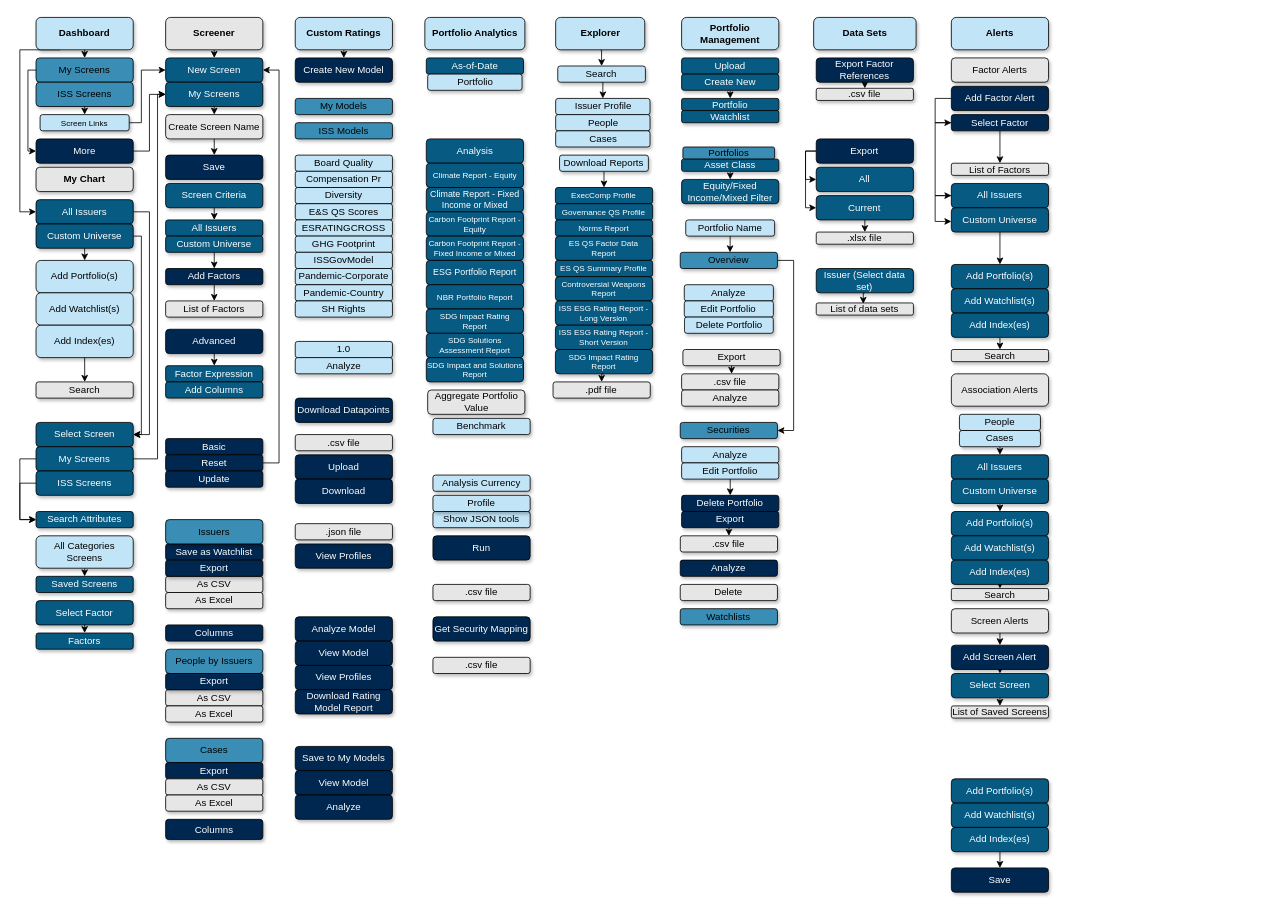
Above: DD_ObsoleteMetadata/DataDeskSitemap.drawio in slingshotdancu/slingshotdancu.github.io (draw.io), before the change. Source tidied: cells renumbered, new cells numbered last; positions are measured from the earlier drawing's top-left corner, leaving out a move shared by most shapes. Both pictures are drawn from the tidied source at 81%, with x=0, y=0 at pixel (19, 17).
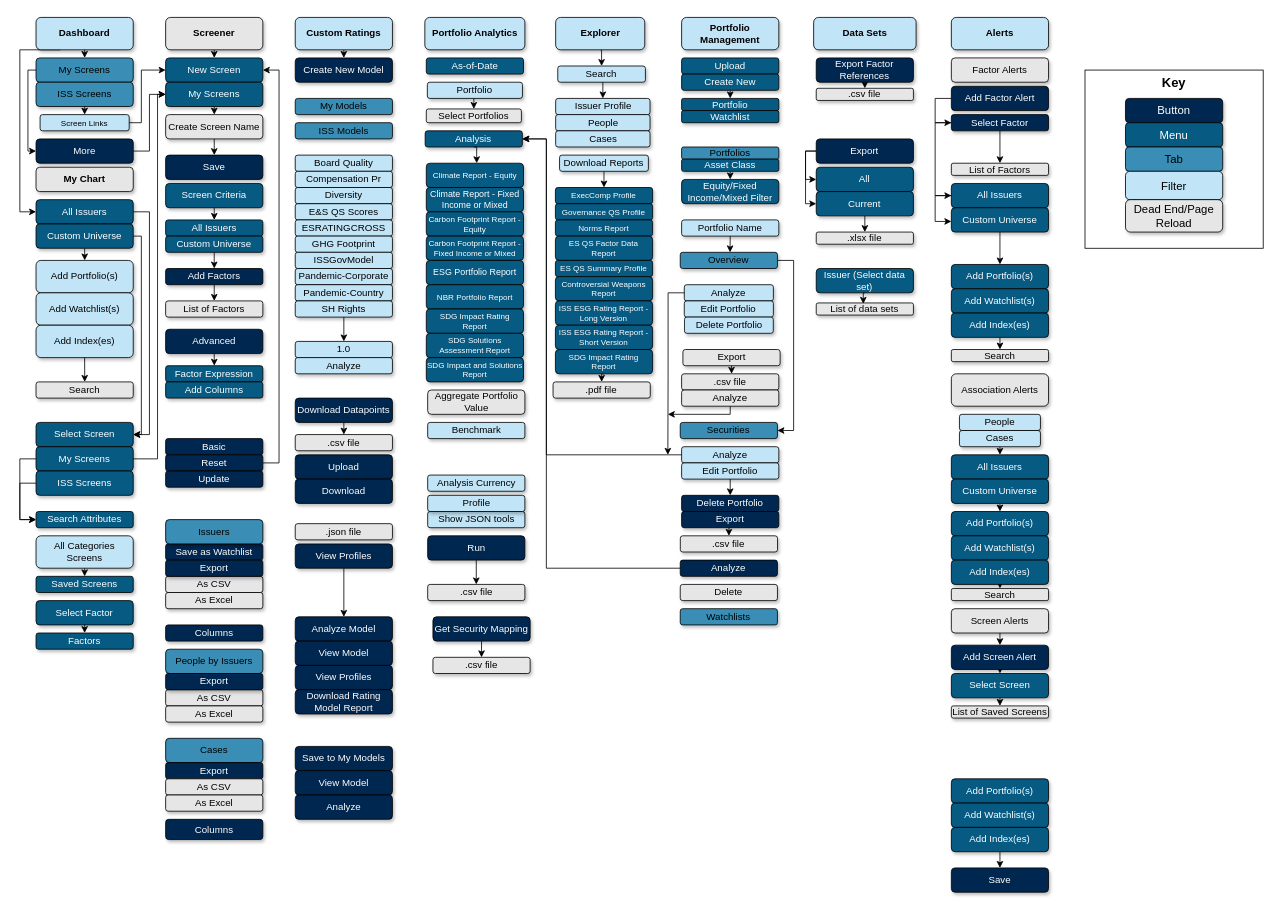
The same page after the edit.

Unchanged cells that the change refers to:
```xml
<mxCell id="3" value="Get Security Mapping" style="rounded=1;whiteSpace=wrap;html=1;shadow=1;fillColor=#00274f;fontColor=#FFFFFF;" parent="1" vertex="1">
  <mxGeometry x="510" y="740" width="120" height="30" as="geometry" />
</mxCell>
<mxCell id="5" value=".csv file" style="rounded=1;whiteSpace=wrap;html=1;shadow=1;fillColor=#E6E6E6;" parent="1" vertex="1">
  <mxGeometry x="510" y="790" width="120" height="20" as="geometry" />
</mxCell>
<mxCell id="45" style="group;" parent="1" vertex="1">
  <mxGeometry x="980" width="126.5" height="367.5" as="geometry" />
</mxCell>
<mxCell id="49" value="Export" style="rounded=1;whiteSpace=wrap;html=1;shadow=1;fillColor=#00274f;fontColor=#FFFFFF;" parent="45" vertex="1">
  <mxGeometry x="3.2" y="150" width="120" height="30" as="geometry" />
</mxCell>
<mxCell id="60" style="group;" parent="1" vertex="1">
  <mxGeometry x="817" width="132.8" height="1020" as="geometry" />
</mxCell>
<mxCell id="63" value="Analyze" style="rounded=1;whiteSpace=wrap;html=1;fillColor=#c1e4f7;shadow=1;" parent="60" vertex="1">
  <mxGeometry x="3.3" y="330" width="110" height="20" as="geometry" />
</mxCell>
<mxCell id="66" value="Analyze" style="rounded=1;whiteSpace=wrap;html=1;fillColor=#c1e4f7;shadow=1;" parent="60" vertex="1">
  <mxGeometry y="530" width="120" height="20" as="geometry" />
</mxCell>
<mxCell id="73" value="Analyze" style="rounded=1;whiteSpace=wrap;html=1;shadow=1;fillColor=#00274f;fontColor=#FFFFFF;" parent="60" vertex="1">
  <mxGeometry x="-1.7" y="670" width="120" height="20" as="geometry" />
</mxCell>
<mxCell id="86" value="Analyze" style="rounded=1;whiteSpace=wrap;html=1;shadow=1;fillColor=#E6E6E6;" parent="60" vertex="1">
  <mxGeometry y="460" width="120" height="20" as="geometry" />
</mxCell>
<mxCell id="112" style="group;" parent="1" vertex="1">
  <mxGeometry x="500" width="123.5" height="450" as="geometry" />
</mxCell>
<mxCell id="126" style="group;" parent="1" vertex="1">
  <mxGeometry x="340" width="120" height="990" as="geometry" />
</mxCell>
<mxCell id="132" value="1.0" style="rounded=1;whiteSpace=wrap;html=1;fillColor=#c1e4f7;shadow=1;" parent="126" vertex="1">
  <mxGeometry y="400" width="120" height="20" as="geometry" />
</mxCell>
<mxCell id="140" value="SH Rights" style="rounded=1;whiteSpace=wrap;html=1;fillColor=#c1e4f7;shadow=1;" parent="126" vertex="1">
  <mxGeometry y="350" width="120" height="20" as="geometry" />
</mxCell>
<mxCell id="144" value="Analyze Model" style="rounded=1;whiteSpace=wrap;html=1;shadow=1;fillColor=#00274f;fontColor=#FFFFFF;" parent="126" vertex="1">
  <mxGeometry y="740" width="120" height="30" as="geometry" />
</mxCell>
<mxCell id="145" value="View Profiles" style="rounded=1;whiteSpace=wrap;html=1;shadow=1;fillColor=#00274f;fontColor=#FFFFFF;" parent="126" vertex="1">
  <mxGeometry y="650" width="120" height="30" as="geometry" />
</mxCell>
<mxCell id="147" value="Download Datapoints" style="rounded=1;whiteSpace=wrap;html=1;shadow=1;fillColor=#00274f;fontColor=#FFFFFF;" parent="126" vertex="1">
  <mxGeometry y="470" width="120" height="30" as="geometry" />
</mxCell>
<mxCell id="149" value=".csv file" style="rounded=1;whiteSpace=wrap;html=1;shadow=1;fillColor=#E6E6E6;" parent="126" vertex="1">
  <mxGeometry y="515" width="120" height="20" as="geometry" />
</mxCell>
```

What changed in the source:
```diff
@@
+    <mxCell id="243" style="whiteSpace=wrap;html=1;fontSize=14;" parent="1" vertex="1">
+      <mxGeometry x="1315" y="65" width="220" height="220" as="geometry" />
+    </mxCell>
     <mxCell id="2" value="Show JSON tools" style="rounded=1;whiteSpace=wrap;html=1;fillColor=#c1e4f7;shadow=1;" parent="1" vertex="1">
-      <mxGeometry x="510" y="610" width="120" height="20" as="geometry" />
+      <mxGeometry x="503.5" y="610" width="120" height="20" as="geometry" />
     </mxCell>
+    <mxCell id="244" style="edgeStyle=orthogonalEdgeStyle;rounded=0;jettySize=auto;html=1;exitX=0.5;exitY=1;exitDx=0;exitDy=0;entryX=0.5;entryY=0;entryDx=0;entryDy=0;" parent="1" edge="1" source="3" target="5">
+      <mxGeometry relative="1" as="geometry" />
+    </mxCell>
@@
+    <mxCell id="245" style="edgeStyle=orthogonalEdgeStyle;rounded=0;jettySize=auto;html=1;exitX=0.5;exitY=1;exitDx=0;exitDy=0;entryX=0.5;entryY=0;entryDx=0;entryDy=0;" parent="1" edge="1" source="4" target="6">
+      <mxGeometry relative="1" as="geometry" />
+    </mxCell>
     <mxCell id="4" value="Run" style="rounded=1;whiteSpace=wrap;html=1;shadow=1;fillColor=#00274f;fontColor=#FFFFFF;" parent="1" vertex="1">
-      <mxGeometry x="510" y="640" width="120" height="30" as="geometry" />
+      <mxGeometry x="503.5" y="640" width="120" height="30" as="geometry" />
     </mxCell>
@@
     <mxCell id="6" value=".csv file" style="rounded=1;whiteSpace=wrap;html=1;shadow=1;fillColor=#E6E6E6;" parent="1" vertex="1">
-      <mxGeometry x="510" y="700" width="120" height="20" as="geometry" />
+      <mxGeometry x="503.5" y="700" width="120" height="20" as="geometry" />
     </mxCell>
@@
     <mxCell id="48" style="edgeStyle=orthogonalEdgeStyle;rounded=0;jettySize=auto;html=1;exitX=0;exitY=0.5;exitDx=0;exitDy=0;entryX=0;entryY=0.5;entryDx=0;entryDy=0;" parent="45" edge="1" source="49" target="54">
       <mxGeometry relative="1" as="geometry">
         <Array as="points">
           <mxPoint x="-10" y="165" />
-          <mxPoint x="-10" y="235" />
+          <mxPoint x="-10" y="230" />
         </Array>
       </mxGeometry>
     </mxCell>
@@
     <mxCell id="54" value="Current" style="rounded=1;whiteSpace=wrap;html=1;shadow=1;fillColor=#075a82;fontColor=#FFFFFF;" parent="45" vertex="1">
-      <mxGeometry x="3.2" y="220" width="120" height="30" as="geometry" />
+      <mxGeometry x="3.2" y="215" width="120" height="30" as="geometry" />
     </mxCell>
@@
     <mxCell id="62" value="Portfolio Name" style="rounded=1;whiteSpace=wrap;html=1;fillColor=#c1e4f7;shadow=1;" parent="60" vertex="1">
-      <mxGeometry x="5.1" y="250" width="109.7" height="20" as="geometry" />
+      <mxGeometry y="250" width="120" height="20" as="geometry" />
     </mxCell>
@@
     <mxCell id="81" value="Portfolios" style="rounded=1;whiteSpace=wrap;html=1;shadow=1;fillColor=#3a8db5;" parent="60" vertex="1">
-      <mxGeometry x="1.6" y="160" width="113.2" height="15" as="geometry" />
+      <mxGeometry y="160" width="120" height="15" as="geometry" />
     </mxCell>
@@
     <mxCell id="114" value="Analysis" style="rounded=1;whiteSpace=wrap;html=1;shadow=1;fillColor=#075a82;fontColor=#FFFFFF;fontSize=12;" parent="112" vertex="1">
-      <mxGeometry x="1.8" y="150" width="120" height="30" as="geometry" />
+      <mxGeometry x="0.4" y="140" width="120" height="20" as="geometry" />
     </mxCell>
@@
+    <mxCell id="246" style="edgeStyle=orthogonalEdgeStyle;rounded=0;jettySize=auto;html=1;exitX=0.5;exitY=1;exitDx=0;exitDy=0;entryX=0.5;entryY=0;entryDx=0;entryDy=0;fontSize=12;" parent="112" edge="1" source="116" target="247">
+      <mxGeometry relative="1" as="geometry" />
+    </mxCell>
     <mxCell id="116" value="Portfolio" style="rounded=1;whiteSpace=wrap;html=1;fillColor=#c1e4f7;shadow=1;" parent="112" vertex="1">
-      <mxGeometry x="3.5" y="70" width="116.5" height="20" as="geometry" />
+      <mxGeometry x="3.1" y="80" width="117.4" height="20" as="geometry" />
     </mxCell>
@@
+    <mxCell id="247" value="Select Portfolios" style="rounded=1;whiteSpace=wrap;html=1;shadow=1;fillColor=#E6E6E6;fontSize=12;" parent="112" vertex="1">
+      <mxGeometry x="1.8" y="113" width="117.4" height="17" as="geometry" />
+    </mxCell>
@@
+    <mxCell id="248" style="edgeStyle=orthogonalEdgeStyle;rounded=0;jettySize=auto;html=1;exitX=0.5;exitY=1;exitDx=0;exitDy=0;entryX=0.5;entryY=0;entryDx=0;entryDy=0;" parent="126" edge="1" source="140" target="132">
+      <mxGeometry relative="1" as="geometry" />
+    </mxCell>
@@
+    <mxCell id="249" style="edgeStyle=orthogonalEdgeStyle;rounded=0;jettySize=auto;html=1;exitX=0.5;exitY=1;exitDx=0;exitDy=0;entryX=0.5;entryY=0;entryDx=0;entryDy=0;" parent="126" edge="1" source="145" target="144">
+      <mxGeometry relative="1" as="geometry" />
+    </mxCell>
@@
+    <mxCell id="250" style="edgeStyle=orthogonalEdgeStyle;rounded=0;jettySize=auto;html=1;exitX=0.5;exitY=1;exitDx=0;exitDy=0;entryX=0.5;entryY=0;entryDx=0;entryDy=0;" parent="126" edge="1" source="147" target="149">
+      <mxGeometry relative="1" as="geometry" />
+    </mxCell>
@@
     <mxCell id="226" value="Benchmark" style="rounded=1;whiteSpace=wrap;html=1;fillColor=#c1e4f7;shadow=1;" parent="1" vertex="1">
-      <mxGeometry x="510" y="495" width="120" height="20" as="geometry" />
+      <mxGeometry x="503.5" y="500" width="120" height="20" as="geometry" />
     </mxCell>
     <mxCell id="227" value="Analysis Currency" style="rounded=1;whiteSpace=wrap;html=1;fillColor=#c1e4f7;shadow=1;" parent="1" vertex="1">
-      <mxGeometry x="510" y="565" width="120" height="20" as="geometry" />
+      <mxGeometry x="503.5" y="565" width="120" height="20" as="geometry" />
     </mxCell>
     <mxCell id="228" value="Profile" style="rounded=1;whiteSpace=wrap;html=1;fillColor=#c1e4f7;shadow=1;" parent="1" vertex="1">
-      <mxGeometry x="510" y="590" width="120" height="20" as="geometry" />
+      <mxGeometry x="503.5" y="590" width="120" height="20" as="geometry" />
     </mxCell>
@@
+    <mxCell id="251" style="edgeStyle=orthogonalEdgeStyle;rounded=0;jettySize=auto;html=1;exitX=0.5;exitY=1;exitDx=0;exitDy=0;" parent="1" edge="1" source="114">
+      <mxGeometry relative="1" as="geometry">
+        <mxPoint x="564" y="180" as="targetPoint" />
+      </mxGeometry>
+    </mxCell>
+    <mxCell id="252" style="edgeStyle=orthogonalEdgeStyle;rounded=0;jettySize=auto;html=1;exitX=0;exitY=0.5;exitDx=0;exitDy=0;entryX=1;entryY=0.5;entryDx=0;entryDy=0;" parent="1" edge="1" source="66" target="114">
+      <mxGeometry relative="1" as="geometry">
+        <Array as="points">
+          <mxPoint x="650" y="540" />
+          <mxPoint x="650" y="150" />
+        </Array>
+      </mxGeometry>
+    </mxCell>
+    <mxCell id="253" style="edgeStyle=orthogonalEdgeStyle;rounded=0;jettySize=auto;html=1;exitX=0;exitY=0.5;exitDx=0;exitDy=0;entryX=1;entryY=0.5;entryDx=0;entryDy=0;" parent="1" edge="1" source="73" target="114">
+      <mxGeometry relative="1" as="geometry">
+        <Array as="points">
+          <mxPoint x="650" y="680" />
+          <mxPoint x="650" y="150" />
+        </Array>
+      </mxGeometry>
+    </mxCell>
+    <mxCell id="254" style="edgeStyle=orthogonalEdgeStyle;rounded=0;jettySize=auto;html=1;exitX=0;exitY=0.5;exitDx=0;exitDy=0;" parent="1" edge="1" source="63">
+      <mxGeometry relative="1" as="geometry">
+        <mxPoint x="800" y="540" as="targetPoint" />
+      </mxGeometry>
+    </mxCell>
+    <mxCell id="255" style="edgeStyle=orthogonalEdgeStyle;rounded=0;jettySize=auto;html=1;exitX=0.5;exitY=1;exitDx=0;exitDy=0;" parent="1" edge="1" source="86">
+      <mxGeometry relative="1" as="geometry">
+        <mxPoint x="800" y="490" as="targetPoint" />
+        <Array as="points">
+          <mxPoint x="877" y="490" />
+        </Array>
+      </mxGeometry>
+    </mxCell>
+    <mxCell id="256" value="Button" style="rounded=1;whiteSpace=wrap;html=1;shadow=1;fillColor=#00274f;fontColor=#FFFFFF;fontSize=14;" parent="1" vertex="1">
+      <mxGeometry x="1365" y="100" width="120" height="30" as="geometry" />
+    </mxCell>
+    <mxCell id="257" value="Menu" style="rounded=1;whiteSpace=wrap;html=1;shadow=1;fillColor=#075a82;fontColor=#FFFFFF;fontSize=14;" parent="1" vertex="1">
+      <mxGeometry x="1365" y="130" width="120" height="30" as="geometry" />
+    </mxCell>
+    <mxCell id="258" value="Tab" style="rounded=1;whiteSpace=wrap;html=1;shadow=1;fillColor=#3a8db5;fontSize=14;" parent="1" vertex="1">
+      <mxGeometry x="1365" y="160" width="120" height="30" as="geometry" />
+    </mxCell>
+    <mxCell id="259" value="Filter" style="rounded=1;whiteSpace=wrap;html=1;fillColor=#c1e4f7;shadow=1;fontSize=14;" parent="1" vertex="1">
+      <mxGeometry x="1365" y="190" width="120" height="35" as="geometry" />
+    </mxCell>
+    <mxCell id="260" value="Dead End/Page Reload" style="rounded=1;whiteSpace=wrap;html=1;shadow=1;fillColor=#E6E6E6;fontSize=14;" parent="1" vertex="1">
+      <mxGeometry x="1365" y="225" width="120" height="40" as="geometry" />
+    </mxCell>
+    <mxCell id="261" value="&lt;b&gt;&lt;font style=&quot;font-size: 16px&quot;&gt;Key&lt;/font&gt;&lt;/b&gt;" style="text;html=1;strokeColor=none;fillColor=none;align=center;verticalAlign=middle;whiteSpace=wrap;rounded=0;fontSize=14;" parent="1" vertex="1">
+      <mxGeometry x="1405" y="70" width="40" height="20" as="geometry" />
+    </mxCell>
```
